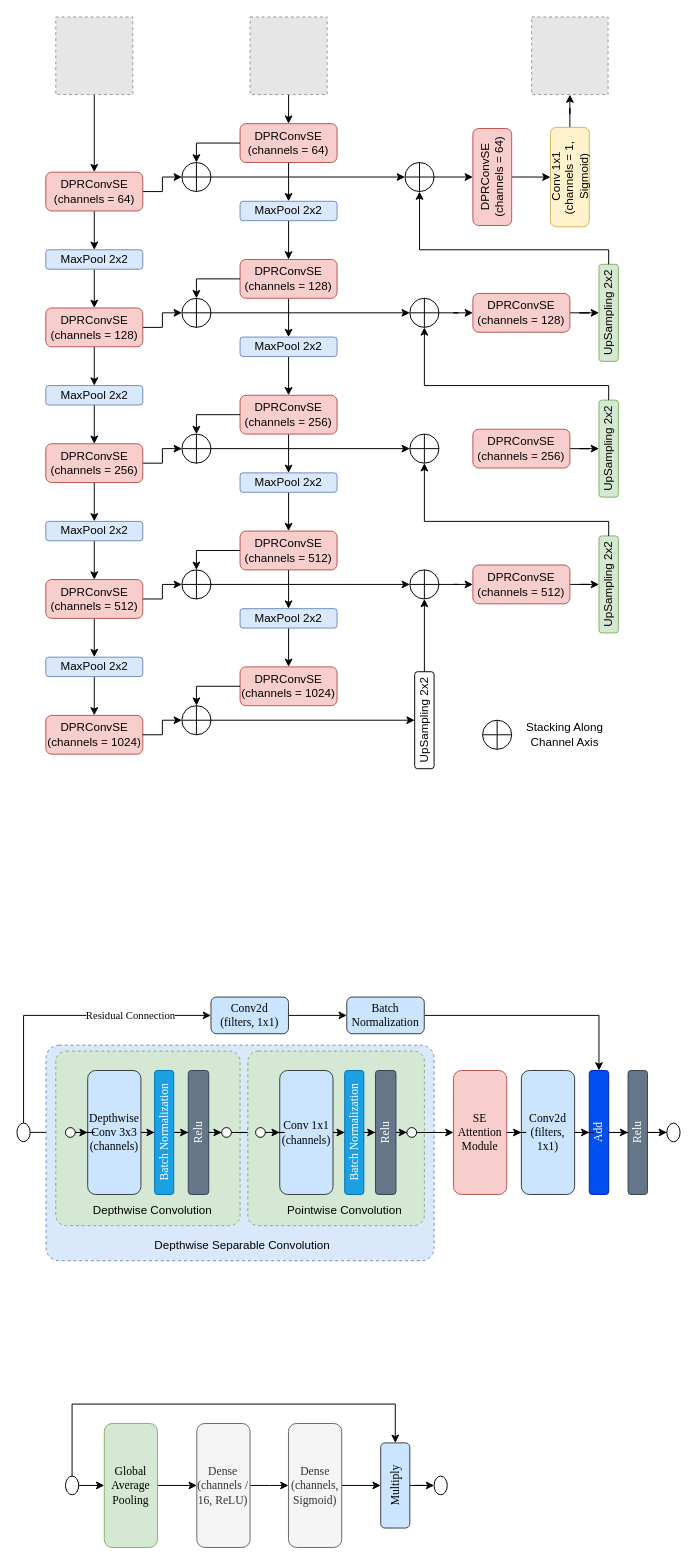
Before: Prompt2SegCXR.drawio in AbduzZami/DrawIO, a draw.io diagram. Source tidied: cells renumbered, new cells numbered last; positions are measured from the earlier drawing's top-left corner, leaving out a move shared by most shapes. Both pictures are drawn from the tidied source at 97%, with x=0, y=0 at pixel (16, 16). Pictures stored in the file or linked from it are replaced by grey dashed boxes.
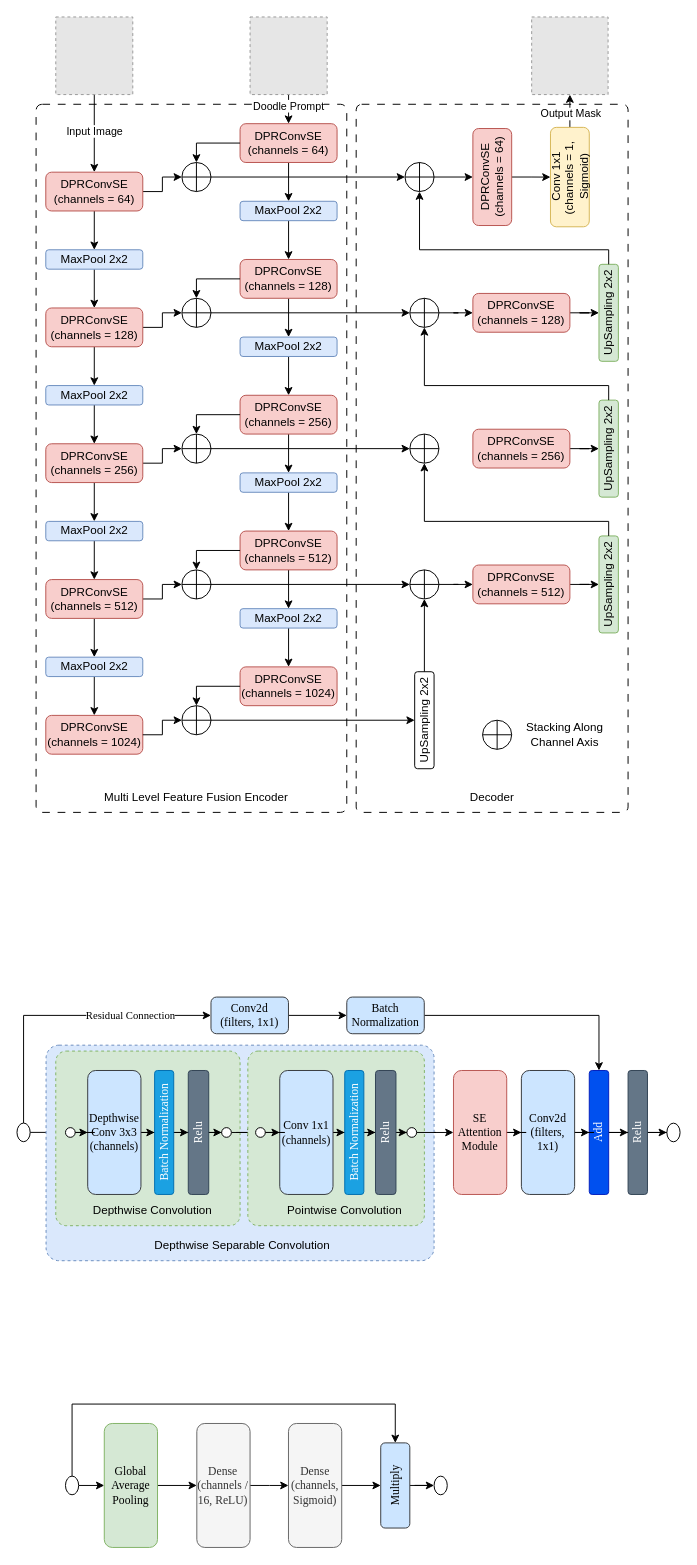
After the change.

Unchanged cells that the change refers to:
```xml
<mxCell id="2" style="edgeStyle=orthogonalEdgeStyle;rounded=0;jettySize=auto;html=1;" parent="1" edge="1" source="3" target="8">
  <mxGeometry relative="1" as="geometry" />
</mxCell>
<mxCell id="4" style="edgeStyle=orthogonalEdgeStyle;rounded=0;jettySize=auto;html=1;entryX=0.5;entryY=0;entryDx=0;entryDy=0;" parent="1" edge="1" target="28">
  <mxGeometry relative="1" as="geometry">
    <mxPoint x="280" y="80" as="sourcePoint" />
  </mxGeometry>
</mxCell>
<mxCell id="83" style="edgeStyle=orthogonalEdgeStyle;rounded=0;jettySize=auto;html=1;" parent="1" edge="1" source="84" target="5">
  <mxGeometry relative="1" as="geometry" />
</mxCell>
```

What changed in the source:
```diff
@@
+    <mxCell id="144" style="rounded=1;whiteSpace=wrap;html=1;arcSize=2;dashed=1;dashPattern=8 8;" parent="1" vertex="1">
+      <mxGeometry x="349.7" y="90" width="280.3" height="730" as="geometry" />
+    </mxCell>
+    <mxCell id="145" style="rounded=1;whiteSpace=wrap;html=1;arcSize=2;dashed=1;dashPattern=8 8;" parent="1" vertex="1">
+      <mxGeometry x="19.7" y="90" width="320.3" height="730" as="geometry" />
+    </mxCell>
@@
+    <mxCell id="146" value="Input Image" style="edgeLabel;html=1;align=center;verticalAlign=middle;" parent="2" vertex="1">
+      <mxGeometry x="-0.08" relative="1" as="geometry" />
+    </mxCell>
@@
+    <mxCell id="147" value="Doodle Prompt" style="edgeLabel;html=1;align=center;verticalAlign=middle;" parent="4" vertex="1">
+      <mxGeometry x="-0.27" y="-1" relative="1" as="geometry" />
+    </mxCell>
@@
+    <mxCell id="148" value="Output Mask" style="edgeLabel;html=1;align=center;verticalAlign=middle;" parent="83" vertex="1">
+      <mxGeometry x="-0.38" relative="1" as="geometry" />
+    </mxCell>
@@
+    <mxCell id="149" value="Multi Level Feature Fusion Encoder" style="text;html=1;whiteSpace=wrap;strokeColor=none;fillColor=none;align=center;verticalAlign=middle;rounded=0;" parent="1" vertex="1">
+      <mxGeometry x="84.9" y="790" width="200.1" height="30" as="geometry" />
+    </mxCell>
+    <mxCell id="150" value="Decoder" style="text;html=1;whiteSpace=wrap;strokeColor=none;fillColor=none;align=center;verticalAlign=middle;rounded=0;" parent="1" vertex="1">
+      <mxGeometry x="389.9" y="790" width="200.1" height="30" as="geometry" />
+    </mxCell>
```
